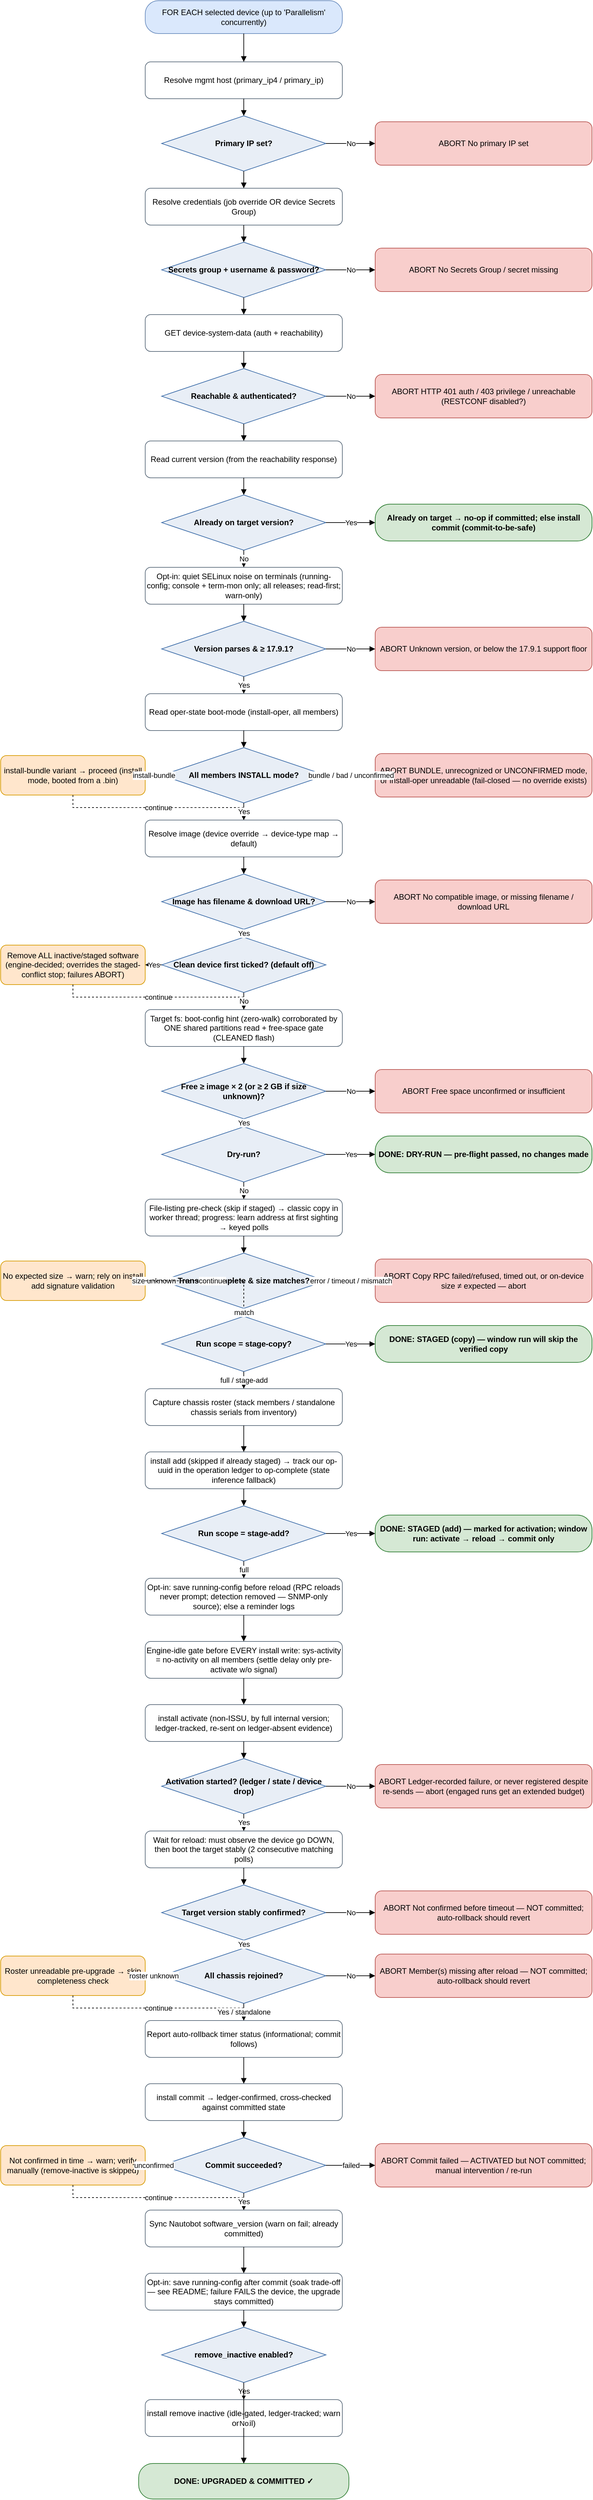
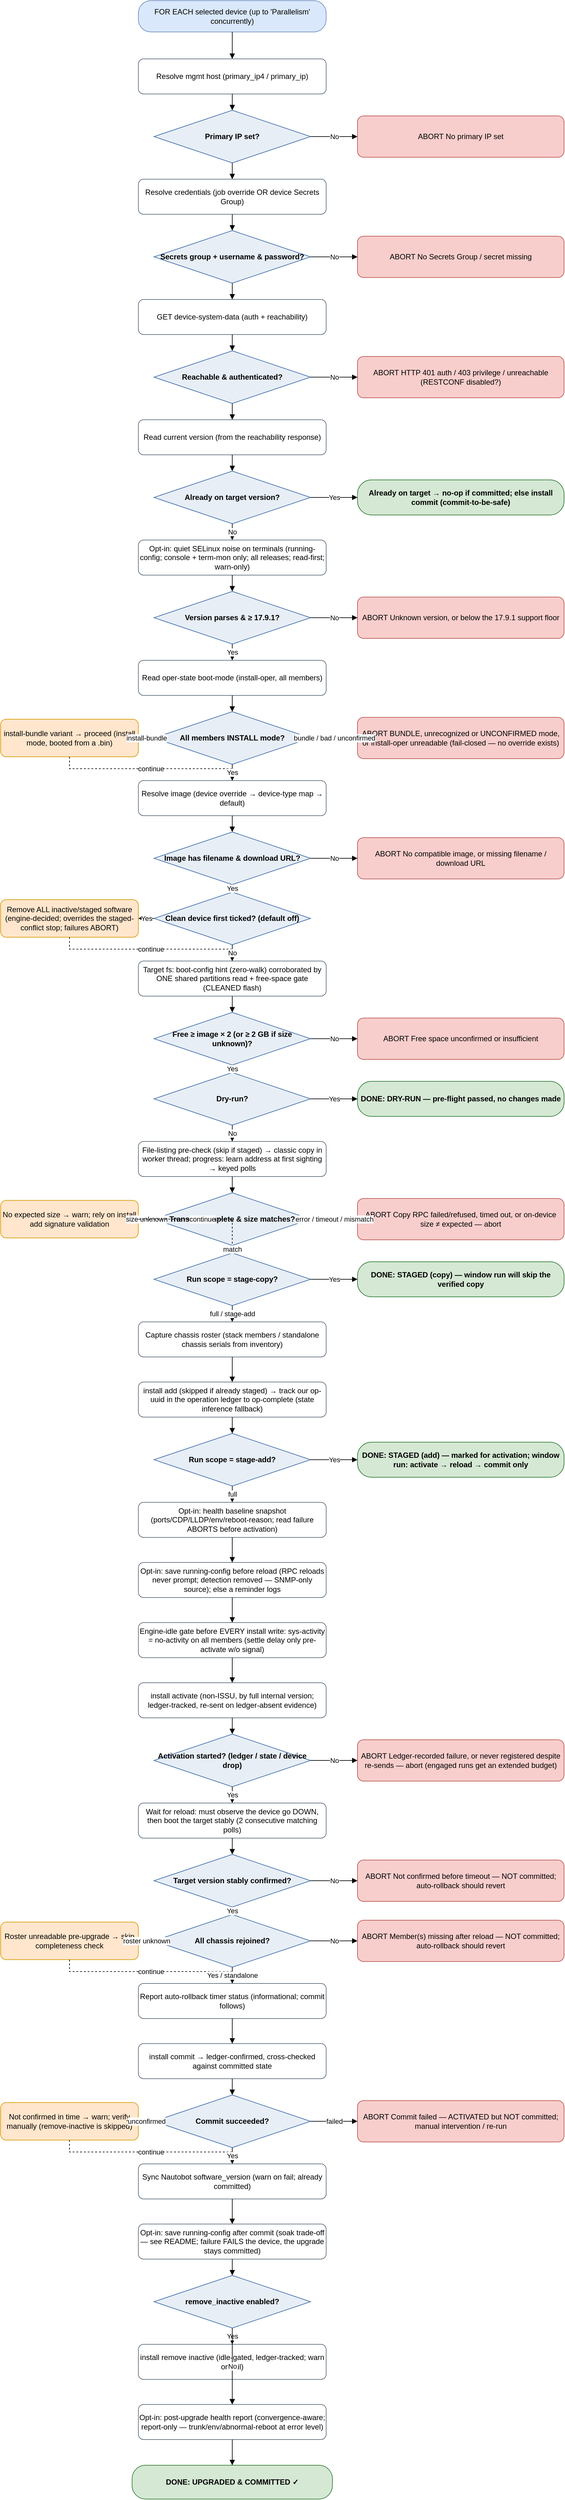
<mxfile host="app.diagrams.net" type="device">
  <diagram name="IOS-XE upgrade flow" id="iosxe-upgrade-flow">
    <mxGraphModel dx="1000" dy="2000" grid="1" gridSize="10" guides="1" tooltips="1"
        connect="1" arrows="1" fold="1" page="1" pageScale="1" math="0" shadow="0">
      <root>
        <mxCell id="0"/>
        <mxCell id="1" parent="0"/>
        <mxCell id="start" value="FOR EACH selected device&amp;#10;(up to &#x27;Parallelism&#x27; concurrently)" style="rounded=1;arcSize=40;whiteSpace=wrap;html=1;fillColor=#DAE8FC;strokeColor=#6C8EBF;" vertex="1" parent="1"><mxGeometry x="250" y="31" width="300" height="50" as="geometry"/></mxCell>
        <mxCell id="host" value="Resolve mgmt host&amp;#10;(primary_ip4 / primary_ip)" style="rounded=1;whiteSpace=wrap;html=1;fillColor=#FFFFFF;strokeColor=#5B6B7B;" vertex="1" parent="1"><mxGeometry x="250" y="124" width="300" height="56" as="geometry"/></mxCell>
        <mxCell id="d_ip" value="Primary IP set?" style="rhombus;whiteSpace=wrap;html=1;fillColor=#E8EEF6;strokeColor=#3C6CA8;fontStyle=1;" vertex="1" parent="1"><mxGeometry x="275" y="206" width="250" height="84" as="geometry"/></mxCell>
        <mxCell id="cred" value="Resolve credentials&amp;#10;(job override OR device Secrets Group)" style="rounded=1;whiteSpace=wrap;html=1;fillColor=#FFFFFF;strokeColor=#5B6B7B;" vertex="1" parent="1"><mxGeometry x="250" y="316" width="300" height="56" as="geometry"/></mxCell>
        <mxCell id="d_cred" value="Secrets group +&amp;#10;username &amp; password?" style="rhombus;whiteSpace=wrap;html=1;fillColor=#E8EEF6;strokeColor=#3C6CA8;fontStyle=1;" vertex="1" parent="1"><mxGeometry x="275" y="398" width="250" height="84" as="geometry"/></mxCell>
        <mxCell id="reach" value="GET device-system-data&amp;#10;(auth + reachability)" style="rounded=1;whiteSpace=wrap;html=1;fillColor=#FFFFFF;strokeColor=#5B6B7B;" vertex="1" parent="1"><mxGeometry x="250" y="508" width="300" height="56" as="geometry"/></mxCell>
        <mxCell id="d_reach" value="Reachable &amp;&amp;#10;authenticated?" style="rhombus;whiteSpace=wrap;html=1;fillColor=#E8EEF6;strokeColor=#3C6CA8;fontStyle=1;" vertex="1" parent="1"><mxGeometry x="275" y="590" width="250" height="84" as="geometry"/></mxCell>
        <mxCell id="curr" value="Read current version&amp;#10;(from the reachability response)" style="rounded=1;whiteSpace=wrap;html=1;fillColor=#FFFFFF;strokeColor=#5B6B7B;" vertex="1" parent="1"><mxGeometry x="250" y="700" width="300" height="56" as="geometry"/></mxCell>
        <mxCell id="d_target" value="Already on&amp;#10;target version?" style="rhombus;whiteSpace=wrap;html=1;fillColor=#E8EEF6;strokeColor=#3C6CA8;fontStyle=1;" vertex="1" parent="1"><mxGeometry x="275" y="782" width="250" height="84" as="geometry"/></mxCell>
        <mxCell id="avcsup" value="Opt-in: quiet SELinux noise on terminals&amp;#10;(running-config; console + term-mon only;&amp;#10;all releases; read-first; warn-only)" style="rounded=1;whiteSpace=wrap;html=1;fillColor=#FFFFFF;strokeColor=#5B6B7B;" vertex="1" parent="1"><mxGeometry x="250" y="892" width="300" height="56" as="geometry"/></mxCell>
        <mxCell id="d_floor" value="Version parses&amp;#10;&amp; ≥ 17.9.1?" style="rhombus;whiteSpace=wrap;html=1;fillColor=#E8EEF6;strokeColor=#3C6CA8;fontStyle=1;" vertex="1" parent="1"><mxGeometry x="275" y="974" width="250" height="84" as="geometry"/></mxCell>
        <mxCell id="mode" value="Read oper-state boot-mode&amp;#10;(install-oper, all members)" style="rounded=1;whiteSpace=wrap;html=1;fillColor=#FFFFFF;strokeColor=#5B6B7B;" vertex="1" parent="1"><mxGeometry x="250" y="1084" width="300" height="56" as="geometry"/></mxCell>
        <mxCell id="d_mode" value="All members&amp;#10;INSTALL mode?" style="rhombus;whiteSpace=wrap;html=1;fillColor=#E8EEF6;strokeColor=#3C6CA8;fontStyle=1;" vertex="1" parent="1"><mxGeometry x="275" y="1166" width="250" height="84" as="geometry"/></mxCell>
        <mxCell id="img" value="Resolve image (device override →&amp;#10;device-type map → default)" style="rounded=1;whiteSpace=wrap;html=1;fillColor=#FFFFFF;strokeColor=#5B6B7B;" vertex="1" parent="1"><mxGeometry x="250" y="1276" width="300" height="56" as="geometry"/></mxCell>
        <mxCell id="d_img" value="Image has filename&amp;#10;&amp; download URL?" style="rhombus;whiteSpace=wrap;html=1;fillColor=#E8EEF6;strokeColor=#3C6CA8;fontStyle=1;" vertex="1" parent="1"><mxGeometry x="275" y="1358" width="250" height="84" as="geometry"/></mxCell>
        <mxCell id="d_clean" value="Clean device first&amp;#10;ticked? (default off)" style="rhombus;whiteSpace=wrap;html=1;fillColor=#E8EEF6;strokeColor=#3C6CA8;fontStyle=1;" vertex="1" parent="1"><mxGeometry x="275" y="1454" width="250" height="84" as="geometry"/></mxCell>
        <mxCell id="space" value="Target fs: boot-config hint (zero-walk)&amp;#10;corroborated by ONE shared partitions read&amp;#10;+ free-space gate (CLEANED flash)" style="rounded=1;whiteSpace=wrap;html=1;fillColor=#FFFFFF;strokeColor=#5B6B7B;" vertex="1" parent="1"><mxGeometry x="250" y="1564" width="300" height="56" as="geometry"/></mxCell>
        <mxCell id="d_space" value="Free ≥ image × 2&amp;#10;(or ≥ 2 GB if size unknown)?" style="rhombus;whiteSpace=wrap;html=1;fillColor=#E8EEF6;strokeColor=#3C6CA8;fontStyle=1;" vertex="1" parent="1"><mxGeometry x="275" y="1646" width="250" height="84" as="geometry"/></mxCell>
        <mxCell id="d_dry" value="Dry-run?" style="rhombus;whiteSpace=wrap;html=1;fillColor=#E8EEF6;strokeColor=#3C6CA8;fontStyle=1;" vertex="1" parent="1"><mxGeometry x="275" y="1742" width="250" height="84" as="geometry"/></mxCell>
        <mxCell id="copy" value="File-listing pre-check (skip if staged) →&amp;#10;classic copy in worker thread; progress:&amp;#10;learn address at first sighting → keyed polls" style="rounded=1;whiteSpace=wrap;html=1;fillColor=#FFFFFF;strokeColor=#5B6B7B;" vertex="1" parent="1"><mxGeometry x="250" y="1852" width="300" height="56" as="geometry"/></mxCell>
        <mxCell id="d_size" value="Transfer complete&amp;#10;&amp; size matches?" style="rhombus;whiteSpace=wrap;html=1;fillColor=#E8EEF6;strokeColor=#3C6CA8;fontStyle=1;" vertex="1" parent="1"><mxGeometry x="275" y="1934" width="250" height="84" as="geometry"/></mxCell>
        <mxCell id="d_stagecopy" value="Run scope =&amp;#10;stage-copy?" style="rhombus;whiteSpace=wrap;html=1;fillColor=#E8EEF6;strokeColor=#3C6CA8;fontStyle=1;" vertex="1" parent="1"><mxGeometry x="275" y="2030" width="250" height="84" as="geometry"/></mxCell>
        <mxCell id="roster" value="Capture chassis roster (stack members /&amp;#10;standalone chassis serials from inventory)" style="rounded=1;whiteSpace=wrap;html=1;fillColor=#FFFFFF;strokeColor=#5B6B7B;" vertex="1" parent="1"><mxGeometry x="250" y="2140" width="300" height="56" as="geometry"/></mxCell>
        <mxCell id="add" value="install add (skipped if already staged) →&amp;#10;track our op-uuid in the operation ledger&amp;#10;to op-complete (state inference fallback)" style="rounded=1;whiteSpace=wrap;html=1;fillColor=#FFFFFF;strokeColor=#5B6B7B;" vertex="1" parent="1"><mxGeometry x="250" y="2236" width="300" height="56" as="geometry"/></mxCell>
        <mxCell id="d_stageadd" value="Run scope =&amp;#10;stage-add?" style="rhombus;whiteSpace=wrap;html=1;fillColor=#E8EEF6;strokeColor=#3C6CA8;fontStyle=1;" vertex="1" parent="1"><mxGeometry x="275" y="2318" width="250" height="84" as="geometry"/></mxCell>
-         <mxCell id="cfgsync" value="Opt-in: save running-config before reload&amp;#10;(RPC reloads never prompt; detection removed&amp;#10;— SNMP-only source); else a reminder logs" style="rounded=1;whiteSpace=wrap;html=1;fillColor=#FFFFFF;strokeColor=#5B6B7B;" vertex="1" parent="1"><mxGeometry x="250" y="2428" width="300" height="56" as="geometry"/></mxCell>
-         <mxCell id="idle" value="Engine-idle gate before EVERY install write:&amp;#10;sys-activity = no-activity on all members&amp;#10;(settle delay only pre-activate w/o signal)" style="rounded=1;whiteSpace=wrap;html=1;fillColor=#FFFFFF;strokeColor=#5B6B7B;" vertex="1" parent="1"><mxGeometry x="250" y="2524" width="300" height="56" as="geometry"/></mxCell>
-         <mxCell id="act" value="install activate (non-ISSU, by full internal&amp;#10;version; ledger-tracked,&amp;#10;re-sent on ledger-absent evidence)" style="rounded=1;whiteSpace=wrap;html=1;fillColor=#FFFFFF;strokeColor=#5B6B7B;" vertex="1" parent="1"><mxGeometry x="250" y="2620" width="300" height="56" as="geometry"/></mxCell>
-         <mxCell id="d_act" value="Activation started?&amp;#10;(ledger / state / device drop)" style="rhombus;whiteSpace=wrap;html=1;fillColor=#E8EEF6;strokeColor=#3C6CA8;fontStyle=1;" vertex="1" parent="1"><mxGeometry x="275" y="2702" width="250" height="84" as="geometry"/></mxCell>
-         <mxCell id="waitc" value="Wait for reload: must observe the device&amp;#10;go DOWN, then boot the target stably&amp;#10;(2 consecutive matching polls)" style="rounded=1;whiteSpace=wrap;html=1;fillColor=#FFFFFF;strokeColor=#5B6B7B;" vertex="1" parent="1"><mxGeometry x="250" y="2812" width="300" height="56" as="geometry"/></mxCell>
-         <mxCell id="d_confirm" value="Target version&amp;#10;stably confirmed?" style="rhombus;whiteSpace=wrap;html=1;fillColor=#E8EEF6;strokeColor=#3C6CA8;fontStyle=1;" vertex="1" parent="1"><mxGeometry x="275" y="2894" width="250" height="84" as="geometry"/></mxCell>
-         <mxCell id="d_members" value="All chassis&amp;#10;rejoined?" style="rhombus;whiteSpace=wrap;html=1;fillColor=#E8EEF6;strokeColor=#3C6CA8;fontStyle=1;" vertex="1" parent="1"><mxGeometry x="275" y="2990" width="250" height="84" as="geometry"/></mxCell>
-         <mxCell id="rollbackchk" value="Report auto-rollback timer status&amp;#10;(informational; commit follows)" style="rounded=1;whiteSpace=wrap;html=1;fillColor=#FFFFFF;strokeColor=#5B6B7B;" vertex="1" parent="1"><mxGeometry x="250" y="3100" width="300" height="56" as="geometry"/></mxCell>
-         <mxCell id="commit" value="install commit → ledger-confirmed,&amp;#10;cross-checked against committed state" style="rounded=1;whiteSpace=wrap;html=1;fillColor=#FFFFFF;strokeColor=#5B6B7B;" vertex="1" parent="1"><mxGeometry x="250" y="3196" width="300" height="56" as="geometry"/></mxCell>
-         <mxCell id="d_commit" value="Commit&amp;#10;succeeded?" style="rhombus;whiteSpace=wrap;html=1;fillColor=#E8EEF6;strokeColor=#3C6CA8;fontStyle=1;" vertex="1" parent="1"><mxGeometry x="275" y="3278" width="250" height="84" as="geometry"/></mxCell>
-         <mxCell id="sync" value="Sync Nautobot software_version&amp;#10;(warn on fail; already committed)" style="rounded=1;whiteSpace=wrap;html=1;fillColor=#FFFFFF;strokeColor=#5B6B7B;" vertex="1" parent="1"><mxGeometry x="250" y="3388" width="300" height="56" as="geometry"/></mxCell>
-         <mxCell id="saveafter" value="Opt-in: save running-config after commit&amp;#10;(soak trade-off — see README; failure FAILS&amp;#10;the device, the upgrade stays committed)" style="rounded=1;whiteSpace=wrap;html=1;fillColor=#FFFFFF;strokeColor=#5B6B7B;" vertex="1" parent="1"><mxGeometry x="250" y="3484" width="300" height="56" as="geometry"/></mxCell>
-         <mxCell id="d_remove" value="remove_inactive&amp;#10;enabled?" style="rhombus;whiteSpace=wrap;html=1;fillColor=#E8EEF6;strokeColor=#3C6CA8;fontStyle=1;" vertex="1" parent="1"><mxGeometry x="275" y="3566" width="250" height="84" as="geometry"/></mxCell>
-         <mxCell id="remove" value="install remove inactive (idle-gated,&amp;#10;ledger-tracked; warn on fail)" style="rounded=1;whiteSpace=wrap;html=1;fillColor=#FFFFFF;strokeColor=#5B6B7B;" vertex="1" parent="1"><mxGeometry x="250" y="3676" width="300" height="56" as="geometry"/></mxCell>
-         <mxCell id="ok" value="DONE: UPGRADED &amp; COMMITTED ✓" style="rounded=1;arcSize=40;whiteSpace=wrap;html=1;fillColor=#D5E8D4;strokeColor=#2E7D32;fontStyle=1;" vertex="1" parent="1"><mxGeometry x="240" y="3773" width="320" height="54" as="geometry"/></mxCell>
+         <mxCell id="healthpre" value="Opt-in: health baseline snapshot&amp;#10;(ports/CDP/LLDP/env/reboot-reason;&amp;#10;read failure ABORTS before activation)" style="rounded=1;whiteSpace=wrap;html=1;fillColor=#FFFFFF;strokeColor=#5B6B7B;" vertex="1" parent="1"><mxGeometry x="250" y="2428" width="300" height="56" as="geometry"/></mxCell>
+         <mxCell id="cfgsync" value="Opt-in: save running-config before reload&amp;#10;(RPC reloads never prompt; detection removed&amp;#10;— SNMP-only source); else a reminder logs" style="rounded=1;whiteSpace=wrap;html=1;fillColor=#FFFFFF;strokeColor=#5B6B7B;" vertex="1" parent="1"><mxGeometry x="250" y="2524" width="300" height="56" as="geometry"/></mxCell>
+         <mxCell id="idle" value="Engine-idle gate before EVERY install write:&amp;#10;sys-activity = no-activity on all members&amp;#10;(settle delay only pre-activate w/o signal)" style="rounded=1;whiteSpace=wrap;html=1;fillColor=#FFFFFF;strokeColor=#5B6B7B;" vertex="1" parent="1"><mxGeometry x="250" y="2620" width="300" height="56" as="geometry"/></mxCell>
+         <mxCell id="act" value="install activate (non-ISSU, by full internal&amp;#10;version; ledger-tracked,&amp;#10;re-sent on ledger-absent evidence)" style="rounded=1;whiteSpace=wrap;html=1;fillColor=#FFFFFF;strokeColor=#5B6B7B;" vertex="1" parent="1"><mxGeometry x="250" y="2716" width="300" height="56" as="geometry"/></mxCell>
+         <mxCell id="d_act" value="Activation started?&amp;#10;(ledger / state / device drop)" style="rhombus;whiteSpace=wrap;html=1;fillColor=#E8EEF6;strokeColor=#3C6CA8;fontStyle=1;" vertex="1" parent="1"><mxGeometry x="275" y="2798" width="250" height="84" as="geometry"/></mxCell>
+         <mxCell id="waitc" value="Wait for reload: must observe the device&amp;#10;go DOWN, then boot the target stably&amp;#10;(2 consecutive matching polls)" style="rounded=1;whiteSpace=wrap;html=1;fillColor=#FFFFFF;strokeColor=#5B6B7B;" vertex="1" parent="1"><mxGeometry x="250" y="2908" width="300" height="56" as="geometry"/></mxCell>
+         <mxCell id="d_confirm" value="Target version&amp;#10;stably confirmed?" style="rhombus;whiteSpace=wrap;html=1;fillColor=#E8EEF6;strokeColor=#3C6CA8;fontStyle=1;" vertex="1" parent="1"><mxGeometry x="275" y="2990" width="250" height="84" as="geometry"/></mxCell>
+         <mxCell id="d_members" value="All chassis&amp;#10;rejoined?" style="rhombus;whiteSpace=wrap;html=1;fillColor=#E8EEF6;strokeColor=#3C6CA8;fontStyle=1;" vertex="1" parent="1"><mxGeometry x="275" y="3086" width="250" height="84" as="geometry"/></mxCell>
+         <mxCell id="rollbackchk" value="Report auto-rollback timer status&amp;#10;(informational; commit follows)" style="rounded=1;whiteSpace=wrap;html=1;fillColor=#FFFFFF;strokeColor=#5B6B7B;" vertex="1" parent="1"><mxGeometry x="250" y="3196" width="300" height="56" as="geometry"/></mxCell>
+         <mxCell id="commit" value="install commit → ledger-confirmed,&amp;#10;cross-checked against committed state" style="rounded=1;whiteSpace=wrap;html=1;fillColor=#FFFFFF;strokeColor=#5B6B7B;" vertex="1" parent="1"><mxGeometry x="250" y="3292" width="300" height="56" as="geometry"/></mxCell>
+         <mxCell id="d_commit" value="Commit&amp;#10;succeeded?" style="rhombus;whiteSpace=wrap;html=1;fillColor=#E8EEF6;strokeColor=#3C6CA8;fontStyle=1;" vertex="1" parent="1"><mxGeometry x="275" y="3374" width="250" height="84" as="geometry"/></mxCell>
+         <mxCell id="sync" value="Sync Nautobot software_version&amp;#10;(warn on fail; already committed)" style="rounded=1;whiteSpace=wrap;html=1;fillColor=#FFFFFF;strokeColor=#5B6B7B;" vertex="1" parent="1"><mxGeometry x="250" y="3484" width="300" height="56" as="geometry"/></mxCell>
+         <mxCell id="saveafter" value="Opt-in: save running-config after commit&amp;#10;(soak trade-off — see README; failure FAILS&amp;#10;the device, the upgrade stays committed)" style="rounded=1;whiteSpace=wrap;html=1;fillColor=#FFFFFF;strokeColor=#5B6B7B;" vertex="1" parent="1"><mxGeometry x="250" y="3580" width="300" height="56" as="geometry"/></mxCell>
+         <mxCell id="d_remove" value="remove_inactive&amp;#10;enabled?" style="rhombus;whiteSpace=wrap;html=1;fillColor=#E8EEF6;strokeColor=#3C6CA8;fontStyle=1;" vertex="1" parent="1"><mxGeometry x="275" y="3662" width="250" height="84" as="geometry"/></mxCell>
+         <mxCell id="remove" value="install remove inactive (idle-gated,&amp;#10;ledger-tracked; warn on fail)" style="rounded=1;whiteSpace=wrap;html=1;fillColor=#FFFFFF;strokeColor=#5B6B7B;" vertex="1" parent="1"><mxGeometry x="250" y="3772" width="300" height="56" as="geometry"/></mxCell>
+         <mxCell id="healthpost" value="Opt-in: post-upgrade health report&amp;#10;(convergence-aware; report-only —&amp;#10;trunk/env/abnormal-reboot at error level)" style="rounded=1;whiteSpace=wrap;html=1;fillColor=#FFFFFF;strokeColor=#5B6B7B;" vertex="1" parent="1"><mxGeometry x="250" y="3868" width="300" height="56" as="geometry"/></mxCell>
+         <mxCell id="ok" value="DONE: UPGRADED &amp; COMMITTED ✓" style="rounded=1;arcSize=40;whiteSpace=wrap;html=1;fillColor=#D5E8D4;strokeColor=#2E7D32;fontStyle=1;" vertex="1" parent="1"><mxGeometry x="240" y="3965" width="320" height="54" as="geometry"/></mxCell>
        <mxCell id="d_ip_abort" value="ABORT&amp;#10;No primary IP set" style="rounded=1;whiteSpace=wrap;html=1;fillColor=#F8CECC;strokeColor=#B85450;" vertex="1" parent="1"><mxGeometry x="600" y="215" width="330" height="66" as="geometry"/></mxCell>
        <mxCell id="d_cred_abort" value="ABORT&amp;#10;No Secrets Group / secret missing" style="rounded=1;whiteSpace=wrap;html=1;fillColor=#F8CECC;strokeColor=#B85450;" vertex="1" parent="1"><mxGeometry x="600" y="407" width="330" height="66" as="geometry"/></mxCell>
        <mxCell id="d_reach_abort" value="ABORT&amp;#10;HTTP 401 auth / 403 privilege /&amp;#10;unreachable (RESTCONF disabled?)" style="rounded=1;whiteSpace=wrap;html=1;fillColor=#F8CECC;strokeColor=#B85450;" vertex="1" parent="1"><mxGeometry x="600" y="599" width="330" height="66" as="geometry"/></mxCell>
        <mxCell id="d_target_ok" value="Already on target → no-op if committed;&amp;#10;else install commit (commit-to-be-safe)" style="rounded=1;arcSize=40;whiteSpace=wrap;html=1;fillColor=#D5E8D4;strokeColor=#2E7D32;fontStyle=1;" vertex="1" parent="1"><mxGeometry x="600" y="796" width="330" height="56" as="geometry"/></mxCell>
        <mxCell id="d_floor_abort" value="ABORT&amp;#10;Unknown version, or below the&amp;#10;17.9.1 support floor" style="rounded=1;whiteSpace=wrap;html=1;fillColor=#F8CECC;strokeColor=#B85450;" vertex="1" parent="1"><mxGeometry x="600" y="983" width="330" height="66" as="geometry"/></mxCell>
        <mxCell id="d_mode_abort" value="ABORT&amp;#10;BUNDLE, unrecognized or UNCONFIRMED&amp;#10;mode, or install-oper unreadable&amp;#10;(fail-closed — no override exists)" style="rounded=1;whiteSpace=wrap;html=1;fillColor=#F8CECC;strokeColor=#B85450;" vertex="1" parent="1"><mxGeometry x="600" y="1175" width="330" height="66" as="geometry"/></mxCell>
        <mxCell id="d_mode_warn" value="install-bundle variant → proceed&amp;#10;(install mode, booted from a .bin)" style="rounded=1;whiteSpace=wrap;html=1;fillColor=#FFE6CC;strokeColor=#D79B00;" vertex="1" parent="1"><mxGeometry x="30" y="1178" width="220" height="60" as="geometry"/></mxCell>
        <mxCell id="d_img_abort" value="ABORT&amp;#10;No compatible image, or missing&amp;#10;filename / download URL" style="rounded=1;whiteSpace=wrap;html=1;fillColor=#F8CECC;strokeColor=#B85450;" vertex="1" parent="1"><mxGeometry x="600" y="1367" width="330" height="66" as="geometry"/></mxCell>
        <mxCell id="d_clean_warn" value="Remove ALL inactive/staged software&amp;#10;(engine-decided; overrides the staged-&amp;#10;conflict stop; failures ABORT)" style="rounded=1;whiteSpace=wrap;html=1;fillColor=#FFE6CC;strokeColor=#D79B00;" vertex="1" parent="1"><mxGeometry x="30" y="1466" width="220" height="60" as="geometry"/></mxCell>
        <mxCell id="d_space_abort" value="ABORT&amp;#10;Free space unconfirmed or&amp;#10;insufficient" style="rounded=1;whiteSpace=wrap;html=1;fillColor=#F8CECC;strokeColor=#B85450;" vertex="1" parent="1"><mxGeometry x="600" y="1655" width="330" height="66" as="geometry"/></mxCell>
        <mxCell id="d_dry_ok" value="DONE: DRY-RUN — pre-flight&amp;#10;passed, no changes made" style="rounded=1;arcSize=40;whiteSpace=wrap;html=1;fillColor=#D5E8D4;strokeColor=#2E7D32;fontStyle=1;" vertex="1" parent="1"><mxGeometry x="600" y="1756" width="330" height="56" as="geometry"/></mxCell>
        <mxCell id="d_size_abort" value="ABORT&amp;#10;Copy RPC failed/refused, timed out,&amp;#10;or on-device size ≠ expected — abort" style="rounded=1;whiteSpace=wrap;html=1;fillColor=#F8CECC;strokeColor=#B85450;" vertex="1" parent="1"><mxGeometry x="600" y="1943" width="330" height="66" as="geometry"/></mxCell>
        <mxCell id="d_size_warn" value="No expected size → warn; rely on&amp;#10;install add signature validation" style="rounded=1;whiteSpace=wrap;html=1;fillColor=#FFE6CC;strokeColor=#D79B00;" vertex="1" parent="1"><mxGeometry x="30" y="1946" width="220" height="60" as="geometry"/></mxCell>
        <mxCell id="d_stagecopy_ok" value="DONE: STAGED (copy) — window run&amp;#10;will skip the verified copy" style="rounded=1;arcSize=40;whiteSpace=wrap;html=1;fillColor=#D5E8D4;strokeColor=#2E7D32;fontStyle=1;" vertex="1" parent="1"><mxGeometry x="600" y="2044" width="330" height="56" as="geometry"/></mxCell>
        <mxCell id="d_stageadd_ok" value="DONE: STAGED (add) — marked for&amp;#10;activation; window run: activate →&amp;#10;reload → commit only" style="rounded=1;arcSize=40;whiteSpace=wrap;html=1;fillColor=#D5E8D4;strokeColor=#2E7D32;fontStyle=1;" vertex="1" parent="1"><mxGeometry x="600" y="2332" width="330" height="56" as="geometry"/></mxCell>
-         <mxCell id="d_act_abort" value="ABORT&amp;#10;Ledger-recorded failure, or never&amp;#10;registered despite re-sends — abort&amp;#10;(engaged runs get an extended budget)" style="rounded=1;whiteSpace=wrap;html=1;fillColor=#F8CECC;strokeColor=#B85450;" vertex="1" parent="1"><mxGeometry x="600" y="2711" width="330" height="66" as="geometry"/></mxCell>
-         <mxCell id="d_confirm_abort" value="ABORT&amp;#10;Not confirmed before timeout — NOT&amp;#10;committed; auto-rollback should revert" style="rounded=1;whiteSpace=wrap;html=1;fillColor=#F8CECC;strokeColor=#B85450;" vertex="1" parent="1"><mxGeometry x="600" y="2903" width="330" height="66" as="geometry"/></mxCell>
-         <mxCell id="d_members_abort" value="ABORT&amp;#10;Member(s) missing after reload — NOT&amp;#10;committed; auto-rollback should revert" style="rounded=1;whiteSpace=wrap;html=1;fillColor=#F8CECC;strokeColor=#B85450;" vertex="1" parent="1"><mxGeometry x="600" y="2999" width="330" height="66" as="geometry"/></mxCell>
-         <mxCell id="d_members_warn" value="Roster unreadable pre-upgrade →&amp;#10;skip completeness check" style="rounded=1;whiteSpace=wrap;html=1;fillColor=#FFE6CC;strokeColor=#D79B00;" vertex="1" parent="1"><mxGeometry x="30" y="3002" width="220" height="60" as="geometry"/></mxCell>
-         <mxCell id="d_commit_abort" value="ABORT&amp;#10;Commit failed — ACTIVATED but NOT&amp;#10;committed; manual intervention / re-run" style="rounded=1;whiteSpace=wrap;html=1;fillColor=#F8CECC;strokeColor=#B85450;" vertex="1" parent="1"><mxGeometry x="600" y="3287" width="330" height="66" as="geometry"/></mxCell>
-         <mxCell id="d_commit_warn" value="Not confirmed in time → warn;&amp;#10;verify manually (remove-inactive&amp;#10;is skipped)" style="rounded=1;whiteSpace=wrap;html=1;fillColor=#FFE6CC;strokeColor=#D79B00;" vertex="1" parent="1"><mxGeometry x="30" y="3290" width="220" height="60" as="geometry"/></mxCell>
+         <mxCell id="d_act_abort" value="ABORT&amp;#10;Ledger-recorded failure, or never&amp;#10;registered despite re-sends — abort&amp;#10;(engaged runs get an extended budget)" style="rounded=1;whiteSpace=wrap;html=1;fillColor=#F8CECC;strokeColor=#B85450;" vertex="1" parent="1"><mxGeometry x="600" y="2807" width="330" height="66" as="geometry"/></mxCell>
+         <mxCell id="d_confirm_abort" value="ABORT&amp;#10;Not confirmed before timeout — NOT&amp;#10;committed; auto-rollback should revert" style="rounded=1;whiteSpace=wrap;html=1;fillColor=#F8CECC;strokeColor=#B85450;" vertex="1" parent="1"><mxGeometry x="600" y="2999" width="330" height="66" as="geometry"/></mxCell>
+         <mxCell id="d_members_abort" value="ABORT&amp;#10;Member(s) missing after reload — NOT&amp;#10;committed; auto-rollback should revert" style="rounded=1;whiteSpace=wrap;html=1;fillColor=#F8CECC;strokeColor=#B85450;" vertex="1" parent="1"><mxGeometry x="600" y="3095" width="330" height="66" as="geometry"/></mxCell>
+         <mxCell id="d_members_warn" value="Roster unreadable pre-upgrade →&amp;#10;skip completeness check" style="rounded=1;whiteSpace=wrap;html=1;fillColor=#FFE6CC;strokeColor=#D79B00;" vertex="1" parent="1"><mxGeometry x="30" y="3098" width="220" height="60" as="geometry"/></mxCell>
+         <mxCell id="d_commit_abort" value="ABORT&amp;#10;Commit failed — ACTIVATED but NOT&amp;#10;committed; manual intervention / re-run" style="rounded=1;whiteSpace=wrap;html=1;fillColor=#F8CECC;strokeColor=#B85450;" vertex="1" parent="1"><mxGeometry x="600" y="3383" width="330" height="66" as="geometry"/></mxCell>
+         <mxCell id="d_commit_warn" value="Not confirmed in time → warn;&amp;#10;verify manually (remove-inactive&amp;#10;is skipped)" style="rounded=1;whiteSpace=wrap;html=1;fillColor=#FFE6CC;strokeColor=#D79B00;" vertex="1" parent="1"><mxGeometry x="30" y="3386" width="220" height="60" as="geometry"/></mxCell>
        <mxCell id="e_d_ip_abort" value="No" style="edgeStyle=orthogonalEdgeStyle;rounded=0;html=1;endArrow=block;" edge="1" parent="1" source="d_ip" target="d_ip_abort"><mxGeometry relative="1" as="geometry"/></mxCell>
        <mxCell id="e_d_cred_abort" value="No" style="edgeStyle=orthogonalEdgeStyle;rounded=0;html=1;endArrow=block;" edge="1" parent="1" source="d_cred" target="d_cred_abort"><mxGeometry relative="1" as="geometry"/></mxCell>
        <mxCell id="e_d_reach_abort" value="No" style="edgeStyle=orthogonalEdgeStyle;rounded=0;html=1;endArrow=block;" edge="1" parent="1" source="d_reach" target="d_reach_abort"><mxGeometry relative="1" as="geometry"/></mxCell>
        <mxCell id="e_d_target_ok" value="Yes" style="edgeStyle=orthogonalEdgeStyle;rounded=0;html=1;endArrow=block;" edge="1" parent="1" source="d_target" target="d_target_ok"><mxGeometry relative="1" as="geometry"/></mxCell>
        <mxCell id="e_d_floor_abort" value="No" style="edgeStyle=orthogonalEdgeStyle;rounded=0;html=1;endArrow=block;" edge="1" parent="1" source="d_floor" target="d_floor_abort"><mxGeometry relative="1" as="geometry"/></mxCell>
        <mxCell id="e_d_mode_abort" value="bundle / bad /
unconfirmed" style="edgeStyle=orthogonalEdgeStyle;rounded=0;html=1;endArrow=block;" edge="1" parent="1" source="d_mode" target="d_mode_abort"><mxGeometry relative="1" as="geometry"/></mxCell>
        <mxCell id="e_d_mode_warn" value="install-bundle" style="edgeStyle=orthogonalEdgeStyle;rounded=0;html=1;endArrow=block;" edge="1" parent="1" source="d_mode" target="d_mode_warn"><mxGeometry relative="1" as="geometry"/></mxCell>
        <mxCell id="e_d_mode_warn_join" value="continue" style="edgeStyle=orthogonalEdgeStyle;rounded=0;html=1;endArrow=block;dashed=1;" edge="1" parent="1" source="d_mode_warn" target="img"><mxGeometry relative="1" as="geometry"/></mxCell>
        <mxCell id="e_d_img_abort" value="No" style="edgeStyle=orthogonalEdgeStyle;rounded=0;html=1;endArrow=block;" edge="1" parent="1" source="d_img" target="d_img_abort"><mxGeometry relative="1" as="geometry"/></mxCell>
        <mxCell id="e_d_clean_warn" value="Yes" style="edgeStyle=orthogonalEdgeStyle;rounded=0;html=1;endArrow=block;" edge="1" parent="1" source="d_clean" target="d_clean_warn"><mxGeometry relative="1" as="geometry"/></mxCell>
        <mxCell id="e_d_clean_warn_join" value="continue" style="edgeStyle=orthogonalEdgeStyle;rounded=0;html=1;endArrow=block;dashed=1;" edge="1" parent="1" source="d_clean_warn" target="space"><mxGeometry relative="1" as="geometry"/></mxCell>
        <mxCell id="e_d_space_abort" value="No" style="edgeStyle=orthogonalEdgeStyle;rounded=0;html=1;endArrow=block;" edge="1" parent="1" source="d_space" target="d_space_abort"><mxGeometry relative="1" as="geometry"/></mxCell>
        <mxCell id="e_d_dry_ok" value="Yes" style="edgeStyle=orthogonalEdgeStyle;rounded=0;html=1;endArrow=block;" edge="1" parent="1" source="d_dry" target="d_dry_ok"><mxGeometry relative="1" as="geometry"/></mxCell>
        <mxCell id="e_d_size_abort" value="error / timeout /
mismatch" style="edgeStyle=orthogonalEdgeStyle;rounded=0;html=1;endArrow=block;" edge="1" parent="1" source="d_size" target="d_size_abort"><mxGeometry relative="1" as="geometry"/></mxCell>
        <mxCell id="e_d_size_warn" value="size unknown" style="edgeStyle=orthogonalEdgeStyle;rounded=0;html=1;endArrow=block;" edge="1" parent="1" source="d_size" target="d_size_warn"><mxGeometry relative="1" as="geometry"/></mxCell>
        <mxCell id="e_d_size_warn_join" value="continue" style="edgeStyle=orthogonalEdgeStyle;rounded=0;html=1;endArrow=block;dashed=1;" edge="1" parent="1" source="d_size_warn" target="d_stagecopy"><mxGeometry relative="1" as="geometry"/></mxCell>
        <mxCell id="e_d_stagecopy_ok" value="Yes" style="edgeStyle=orthogonalEdgeStyle;rounded=0;html=1;endArrow=block;" edge="1" parent="1" source="d_stagecopy" target="d_stagecopy_ok"><mxGeometry relative="1" as="geometry"/></mxCell>
        <mxCell id="e_d_stageadd_ok" value="Yes" style="edgeStyle=orthogonalEdgeStyle;rounded=0;html=1;endArrow=block;" edge="1" parent="1" source="d_stageadd" target="d_stageadd_ok"><mxGeometry relative="1" as="geometry"/></mxCell>
        <mxCell id="e_d_act_abort" value="No" style="edgeStyle=orthogonalEdgeStyle;rounded=0;html=1;endArrow=block;" edge="1" parent="1" source="d_act" target="d_act_abort"><mxGeometry relative="1" as="geometry"/></mxCell>
        <mxCell id="e_d_confirm_abort" value="No" style="edgeStyle=orthogonalEdgeStyle;rounded=0;html=1;endArrow=block;" edge="1" parent="1" source="d_confirm" target="d_confirm_abort"><mxGeometry relative="1" as="geometry"/></mxCell>
        <mxCell id="e_d_members_abort" value="No" style="edgeStyle=orthogonalEdgeStyle;rounded=0;html=1;endArrow=block;" edge="1" parent="1" source="d_members" target="d_members_abort"><mxGeometry relative="1" as="geometry"/></mxCell>
        <mxCell id="e_d_members_warn" value="roster unknown" style="edgeStyle=orthogonalEdgeStyle;rounded=0;html=1;endArrow=block;" edge="1" parent="1" source="d_members" target="d_members_warn"><mxGeometry relative="1" as="geometry"/></mxCell>
        <mxCell id="e_d_members_warn_join" value="continue" style="edgeStyle=orthogonalEdgeStyle;rounded=0;html=1;endArrow=block;dashed=1;" edge="1" parent="1" source="d_members_warn" target="rollbackchk"><mxGeometry relative="1" as="geometry"/></mxCell>
        <mxCell id="e_d_commit_abort" value="failed" style="edgeStyle=orthogonalEdgeStyle;rounded=0;html=1;endArrow=block;" edge="1" parent="1" source="d_commit" target="d_commit_abort"><mxGeometry relative="1" as="geometry"/></mxCell>
        <mxCell id="e_d_commit_warn" value="unconfirmed" style="edgeStyle=orthogonalEdgeStyle;rounded=0;html=1;endArrow=block;" edge="1" parent="1" source="d_commit" target="d_commit_warn"><mxGeometry relative="1" as="geometry"/></mxCell>
        <mxCell id="e_d_commit_warn_join" value="continue" style="edgeStyle=orthogonalEdgeStyle;rounded=0;html=1;endArrow=block;dashed=1;" edge="1" parent="1" source="d_commit_warn" target="sync"><mxGeometry relative="1" as="geometry"/></mxCell>
        <mxCell id="e_start_host" value="" style="edgeStyle=orthogonalEdgeStyle;rounded=0;html=1;endArrow=block;" edge="1" parent="1" source="start" target="host"><mxGeometry relative="1" as="geometry"/></mxCell>
        <mxCell id="e_host_d_ip" value="" style="edgeStyle=orthogonalEdgeStyle;rounded=0;html=1;endArrow=block;" edge="1" parent="1" source="host" target="d_ip"><mxGeometry relative="1" as="geometry"/></mxCell>
        <mxCell id="e_d_ip_cred" value="" style="edgeStyle=orthogonalEdgeStyle;rounded=0;html=1;endArrow=block;" edge="1" parent="1" source="d_ip" target="cred"><mxGeometry relative="1" as="geometry"/></mxCell>
        <mxCell id="e_cred_d_cred" value="" style="edgeStyle=orthogonalEdgeStyle;rounded=0;html=1;endArrow=block;" edge="1" parent="1" source="cred" target="d_cred"><mxGeometry relative="1" as="geometry"/></mxCell>
        <mxCell id="e_d_cred_reach" value="" style="edgeStyle=orthogonalEdgeStyle;rounded=0;html=1;endArrow=block;" edge="1" parent="1" source="d_cred" target="reach"><mxGeometry relative="1" as="geometry"/></mxCell>
        <mxCell id="e_reach_d_reach" value="" style="edgeStyle=orthogonalEdgeStyle;rounded=0;html=1;endArrow=block;" edge="1" parent="1" source="reach" target="d_reach"><mxGeometry relative="1" as="geometry"/></mxCell>
        <mxCell id="e_d_reach_curr" value="" style="edgeStyle=orthogonalEdgeStyle;rounded=0;html=1;endArrow=block;" edge="1" parent="1" source="d_reach" target="curr"><mxGeometry relative="1" as="geometry"/></mxCell>
        <mxCell id="e_curr_d_target" value="" style="edgeStyle=orthogonalEdgeStyle;rounded=0;html=1;endArrow=block;" edge="1" parent="1" source="curr" target="d_target"><mxGeometry relative="1" as="geometry"/></mxCell>
        <mxCell id="e_d_target_avcsup" value="No" style="edgeStyle=orthogonalEdgeStyle;rounded=0;html=1;endArrow=block;" edge="1" parent="1" source="d_target" target="avcsup"><mxGeometry relative="1" as="geometry"/></mxCell>
        <mxCell id="e_avcsup_d_floor" value="" style="edgeStyle=orthogonalEdgeStyle;rounded=0;html=1;endArrow=block;" edge="1" parent="1" source="avcsup" target="d_floor"><mxGeometry relative="1" as="geometry"/></mxCell>
        <mxCell id="e_d_floor_mode" value="Yes" style="edgeStyle=orthogonalEdgeStyle;rounded=0;html=1;endArrow=block;" edge="1" parent="1" source="d_floor" target="mode"><mxGeometry relative="1" as="geometry"/></mxCell>
        <mxCell id="e_mode_d_mode" value="" style="edgeStyle=orthogonalEdgeStyle;rounded=0;html=1;endArrow=block;" edge="1" parent="1" source="mode" target="d_mode"><mxGeometry relative="1" as="geometry"/></mxCell>
        <mxCell id="e_d_mode_img" value="Yes" style="edgeStyle=orthogonalEdgeStyle;rounded=0;html=1;endArrow=block;" edge="1" parent="1" source="d_mode" target="img"><mxGeometry relative="1" as="geometry"/></mxCell>
        <mxCell id="e_img_d_img" value="" style="edgeStyle=orthogonalEdgeStyle;rounded=0;html=1;endArrow=block;" edge="1" parent="1" source="img" target="d_img"><mxGeometry relative="1" as="geometry"/></mxCell>
        <mxCell id="e_d_img_d_clean" value="Yes" style="edgeStyle=orthogonalEdgeStyle;rounded=0;html=1;endArrow=block;" edge="1" parent="1" source="d_img" target="d_clean"><mxGeometry relative="1" as="geometry"/></mxCell>
        <mxCell id="e_d_clean_space" value="No" style="edgeStyle=orthogonalEdgeStyle;rounded=0;html=1;endArrow=block;" edge="1" parent="1" source="d_clean" target="space"><mxGeometry relative="1" as="geometry"/></mxCell>
        <mxCell id="e_space_d_space" value="" style="edgeStyle=orthogonalEdgeStyle;rounded=0;html=1;endArrow=block;" edge="1" parent="1" source="space" target="d_space"><mxGeometry relative="1" as="geometry"/></mxCell>
        <mxCell id="e_d_space_d_dry" value="Yes" style="edgeStyle=orthogonalEdgeStyle;rounded=0;html=1;endArrow=block;" edge="1" parent="1" source="d_space" target="d_dry"><mxGeometry relative="1" as="geometry"/></mxCell>
        <mxCell id="e_d_dry_copy" value="No" style="edgeStyle=orthogonalEdgeStyle;rounded=0;html=1;endArrow=block;" edge="1" parent="1" source="d_dry" target="copy"><mxGeometry relative="1" as="geometry"/></mxCell>
        <mxCell id="e_copy_d_size" value="" style="edgeStyle=orthogonalEdgeStyle;rounded=0;html=1;endArrow=block;" edge="1" parent="1" source="copy" target="d_size"><mxGeometry relative="1" as="geometry"/></mxCell>
        <mxCell id="e_d_size_d_stagecopy" value="match" style="edgeStyle=orthogonalEdgeStyle;rounded=0;html=1;endArrow=block;" edge="1" parent="1" source="d_size" target="d_stagecopy"><mxGeometry relative="1" as="geometry"/></mxCell>
        <mxCell id="e_d_stagecopy_roster" value="full / stage-add" style="edgeStyle=orthogonalEdgeStyle;rounded=0;html=1;endArrow=block;" edge="1" parent="1" source="d_stagecopy" target="roster"><mxGeometry relative="1" as="geometry"/></mxCell>
        <mxCell id="e_roster_add" value="" style="edgeStyle=orthogonalEdgeStyle;rounded=0;html=1;endArrow=block;" edge="1" parent="1" source="roster" target="add"><mxGeometry relative="1" as="geometry"/></mxCell>
        <mxCell id="e_add_d_stageadd" value="" style="edgeStyle=orthogonalEdgeStyle;rounded=0;html=1;endArrow=block;" edge="1" parent="1" source="add" target="d_stageadd"><mxGeometry relative="1" as="geometry"/></mxCell>
-         <mxCell id="e_d_stageadd_cfgsync" value="full" style="edgeStyle=orthogonalEdgeStyle;rounded=0;html=1;endArrow=block;" edge="1" parent="1" source="d_stageadd" target="cfgsync"><mxGeometry relative="1" as="geometry"/></mxCell>
+         <mxCell id="e_d_stageadd_healthpre" value="full" style="edgeStyle=orthogonalEdgeStyle;rounded=0;html=1;endArrow=block;" edge="1" parent="1" source="d_stageadd" target="healthpre"><mxGeometry relative="1" as="geometry"/></mxCell>
+         <mxCell id="e_healthpre_cfgsync" value="" style="edgeStyle=orthogonalEdgeStyle;rounded=0;html=1;endArrow=block;" edge="1" parent="1" source="healthpre" target="cfgsync"><mxGeometry relative="1" as="geometry"/></mxCell>
        <mxCell id="e_cfgsync_idle" value="" style="edgeStyle=orthogonalEdgeStyle;rounded=0;html=1;endArrow=block;" edge="1" parent="1" source="cfgsync" target="idle"><mxGeometry relative="1" as="geometry"/></mxCell>
        <mxCell id="e_idle_act" value="" style="edgeStyle=orthogonalEdgeStyle;rounded=0;html=1;endArrow=block;" edge="1" parent="1" source="idle" target="act"><mxGeometry relative="1" as="geometry"/></mxCell>
        <mxCell id="e_act_d_act" value="" style="edgeStyle=orthogonalEdgeStyle;rounded=0;html=1;endArrow=block;" edge="1" parent="1" source="act" target="d_act"><mxGeometry relative="1" as="geometry"/></mxCell>
        <mxCell id="e_d_act_waitc" value="Yes" style="edgeStyle=orthogonalEdgeStyle;rounded=0;html=1;endArrow=block;" edge="1" parent="1" source="d_act" target="waitc"><mxGeometry relative="1" as="geometry"/></mxCell>
        <mxCell id="e_waitc_d_confirm" value="" style="edgeStyle=orthogonalEdgeStyle;rounded=0;html=1;endArrow=block;" edge="1" parent="1" source="waitc" target="d_confirm"><mxGeometry relative="1" as="geometry"/></mxCell>
        <mxCell id="e_d_confirm_d_members" value="Yes" style="edgeStyle=orthogonalEdgeStyle;rounded=0;html=1;endArrow=block;" edge="1" parent="1" source="d_confirm" target="d_members"><mxGeometry relative="1" as="geometry"/></mxCell>
        <mxCell id="e_d_members_rollbackchk" value="Yes / standalone" style="edgeStyle=orthogonalEdgeStyle;rounded=0;html=1;endArrow=block;" edge="1" parent="1" source="d_members" target="rollbackchk"><mxGeometry relative="1" as="geometry"/></mxCell>
        <mxCell id="e_rollbackchk_commit" value="" style="edgeStyle=orthogonalEdgeStyle;rounded=0;html=1;endArrow=block;" edge="1" parent="1" source="rollbackchk" target="commit"><mxGeometry relative="1" as="geometry"/></mxCell>
        <mxCell id="e_commit_d_commit" value="" style="edgeStyle=orthogonalEdgeStyle;rounded=0;html=1;endArrow=block;" edge="1" parent="1" source="commit" target="d_commit"><mxGeometry relative="1" as="geometry"/></mxCell>
        <mxCell id="e_d_commit_sync" value="Yes" style="edgeStyle=orthogonalEdgeStyle;rounded=0;html=1;endArrow=block;" edge="1" parent="1" source="d_commit" target="sync"><mxGeometry relative="1" as="geometry"/></mxCell>
        <mxCell id="e_sync_saveafter" value="" style="edgeStyle=orthogonalEdgeStyle;rounded=0;html=1;endArrow=block;" edge="1" parent="1" source="sync" target="saveafter"><mxGeometry relative="1" as="geometry"/></mxCell>
        <mxCell id="e_saveafter_d_remove" value="" style="edgeStyle=orthogonalEdgeStyle;rounded=0;html=1;endArrow=block;" edge="1" parent="1" source="saveafter" target="d_remove"><mxGeometry relative="1" as="geometry"/></mxCell>
        <mxCell id="e_remove_yes" value="Yes" style="edgeStyle=orthogonalEdgeStyle;rounded=0;html=1;endArrow=block;" edge="1" parent="1" source="d_remove" target="remove"><mxGeometry relative="1" as="geometry"/></mxCell>
-         <mxCell id="e_remove_ok" value="" style="edgeStyle=orthogonalEdgeStyle;rounded=0;html=1;endArrow=block;" edge="1" parent="1" source="remove" target="ok"><mxGeometry relative="1" as="geometry"/></mxCell>
-         <mxCell id="e_remove_no" value="No" style="edgeStyle=orthogonalEdgeStyle;rounded=0;html=1;endArrow=block;" edge="1" parent="1" source="d_remove" target="ok"><mxGeometry relative="1" as="geometry"/></mxCell>
+         <mxCell id="e_remove_healthpost" value="" style="edgeStyle=orthogonalEdgeStyle;rounded=0;html=1;endArrow=block;" edge="1" parent="1" source="remove" target="healthpost"><mxGeometry relative="1" as="geometry"/></mxCell>
+         <mxCell id="e_healthpost_ok" value="" style="edgeStyle=orthogonalEdgeStyle;rounded=0;html=1;endArrow=block;" edge="1" parent="1" source="healthpost" target="ok"><mxGeometry relative="1" as="geometry"/></mxCell>
+         <mxCell id="e_remove_no" value="No" style="edgeStyle=orthogonalEdgeStyle;rounded=0;html=1;endArrow=block;" edge="1" parent="1" source="d_remove" target="healthpost"><mxGeometry relative="1" as="geometry"/></mxCell>
      </root>
    </mxGraphModel>
  </diagram>
</mxfile>
